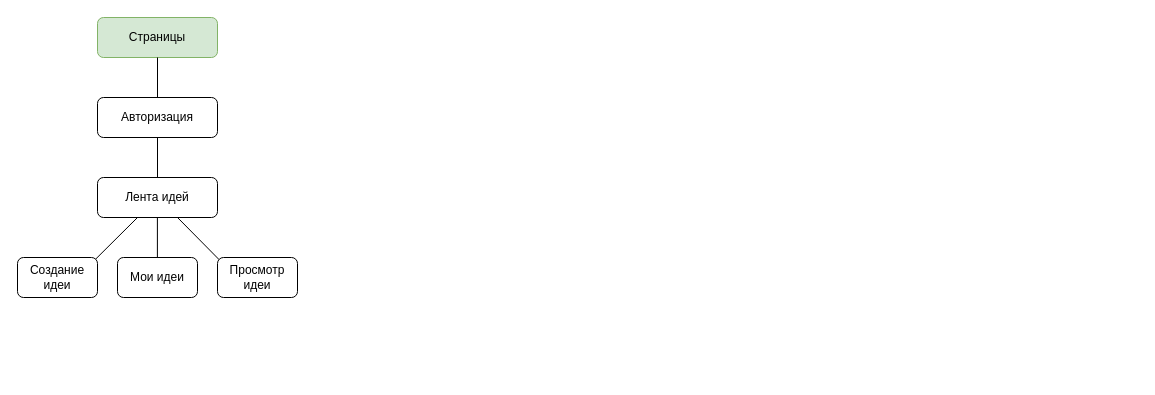
This is Untitled Diagram.drawio from Vishenka4ka/Suggest_an_idea, a draw.io file, before an edit. Source tidied: cells renumbered, new cells numbered last; positions are measured from the earlier drawing's top-left corner, leaving out a move shared by most shapes. Both pictures are drawn from the tidied source at 100%, with x=0, y=0 at pixel (17, 17).
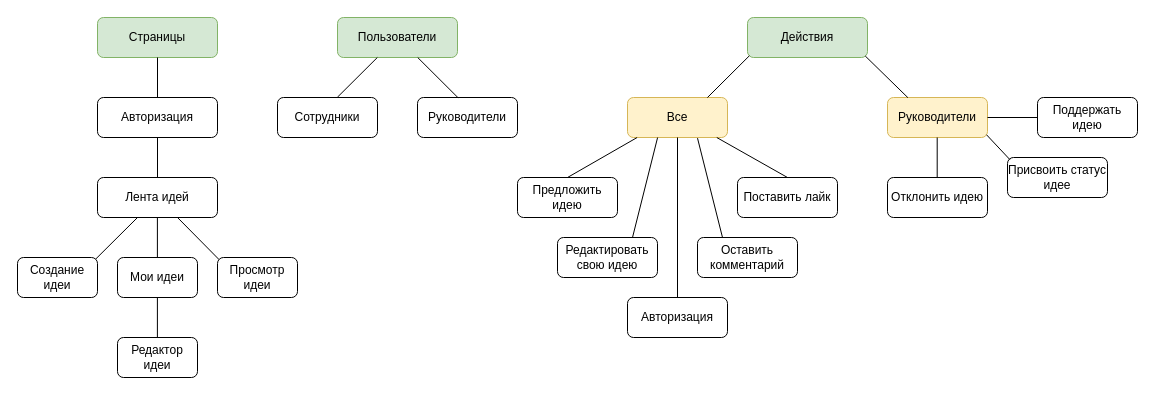
The same page after the edit.

Change to the diagram source:
```diff
@@
+    <mxCell id="13" style="endArrow=none;html=1;rounded=0;entryX=0.5;entryY=1;entryDx=0;entryDy=0;" parent="1" edge="1">
+      <mxGeometry relative="1" as="geometry">
+        <mxPoint x="139.9" y="320" as="sourcePoint" />
+        <mxPoint x="139.9" y="280" as="targetPoint" />
+      </mxGeometry>
+    </mxCell>
+    <mxCell id="14" value="Редактор идеи" style="rounded=1;whiteSpace=wrap;html=1;" parent="1" vertex="1">
+      <mxGeometry x="100" y="320" width="80" height="40" as="geometry" />
+    </mxCell>
+    <mxCell id="15" value="Пользователи" style="rounded=1;whiteSpace=wrap;html=1;fillColor=#d5e8d4;strokeColor=#82b366;" parent="1" vertex="1">
+      <mxGeometry x="320" width="120" height="40" as="geometry" />
+    </mxCell>
+    <mxCell id="16" value="Сотрудники" style="rounded=1;whiteSpace=wrap;html=1;" parent="1" vertex="1">
+      <mxGeometry x="260" y="80" width="100" height="40" as="geometry" />
+    </mxCell>
+    <mxCell id="17" value="Руководители" style="rounded=1;whiteSpace=wrap;html=1;" parent="1" vertex="1">
+      <mxGeometry x="400" y="80" width="100" height="40" as="geometry" />
+    </mxCell>
+    <mxCell id="18" style="endArrow=none;html=1;rounded=0;exitX=0.598;exitY=-0.004;exitDx=0;exitDy=0;exitPerimeter=0;entryX=0.332;entryY=1;entryDx=0;entryDy=0;entryPerimeter=0;" parent="1" edge="1" source="16" target="15">
+      <mxGeometry relative="1" as="geometry" />
+    </mxCell>
+    <mxCell id="19" style="endArrow=none;html=1;rounded=0;entryX=0.669;entryY=1.002;entryDx=0;entryDy=0;entryPerimeter=0;exitX=0.406;exitY=0.007;exitDx=0;exitDy=0;exitPerimeter=0;" parent="1" edge="1" source="17" target="15">
+      <mxGeometry relative="1" as="geometry" />
+    </mxCell>
+    <mxCell id="20" value="Действия" style="rounded=1;whiteSpace=wrap;html=1;fillColor=#d5e8d4;strokeColor=#82b366;" parent="1" vertex="1">
+      <mxGeometry x="730" width="120" height="40" as="geometry" />
+    </mxCell>
+    <mxCell id="21" value="Все" style="rounded=1;whiteSpace=wrap;html=1;fillColor=#fff2cc;strokeColor=#d6b656;" parent="1" vertex="1">
+      <mxGeometry x="610" y="80" width="100" height="40" as="geometry" />
+    </mxCell>
+    <mxCell id="22" value="Руководители" style="rounded=1;whiteSpace=wrap;html=1;fillColor=#fff2cc;strokeColor=#d6b656;" parent="1" vertex="1">
+      <mxGeometry x="870" y="80" width="100" height="40" as="geometry" />
+    </mxCell>
+    <mxCell id="23" style="endArrow=none;html=1;rounded=0;exitX=0.799;exitY=0.002;exitDx=0;exitDy=0;exitPerimeter=0;entryX=0.016;entryY=0.956;entryDx=0;entryDy=0;entryPerimeter=0;" parent="1" edge="1" source="21" target="20">
+      <mxGeometry relative="1" as="geometry" />
+    </mxCell>
+    <mxCell id="24" style="endArrow=none;html=1;rounded=0;entryX=0.981;entryY=0.962;entryDx=0;entryDy=0;entryPerimeter=0;exitX=0.204;exitY=0.004;exitDx=0;exitDy=0;exitPerimeter=0;" parent="1" edge="1" source="22" target="20">
+      <mxGeometry relative="1" as="geometry" />
+    </mxCell>
+    <mxCell id="25" value="Предложить идею" style="rounded=1;whiteSpace=wrap;html=1;" parent="1" vertex="1">
+      <mxGeometry x="500" y="160" width="100" height="40" as="geometry" />
+    </mxCell>
+    <mxCell id="26" value="Оставить комментарий" style="rounded=1;whiteSpace=wrap;html=1;" parent="1" vertex="1">
+      <mxGeometry x="680" y="220" width="100" height="40" as="geometry" />
+    </mxCell>
+    <mxCell id="27" value="Поставить лайк" style="rounded=1;whiteSpace=wrap;html=1;" parent="1" vertex="1">
+      <mxGeometry x="720" y="160" width="100" height="40" as="geometry" />
+    </mxCell>
+    <mxCell id="28" value="Авторизация" style="rounded=1;whiteSpace=wrap;html=1;" parent="1" vertex="1">
+      <mxGeometry x="610" y="280" width="100" height="40" as="geometry" />
+    </mxCell>
+    <mxCell id="29" value="Редактировать свою идею" style="rounded=1;whiteSpace=wrap;html=1;" parent="1" vertex="1">
+      <mxGeometry x="540" y="220" width="100" height="40" as="geometry" />
+    </mxCell>
+    <mxCell id="30" style="endArrow=none;html=1;rounded=0;strokeColor=#000000;entryX=0.096;entryY=1.001;entryDx=0;entryDy=0;entryPerimeter=0;exitX=0.5;exitY=0;exitDx=0;exitDy=0;" parent="1" edge="1" source="25" target="21">
+      <mxGeometry relative="1" as="geometry" />
+    </mxCell>
+    <mxCell id="31" style="endArrow=none;html=1;rounded=0;strokeColor=#000000;entryX=0.893;entryY=1.001;entryDx=0;entryDy=0;entryPerimeter=0;exitX=0.5;exitY=0;exitDx=0;exitDy=0;" parent="1" edge="1" source="27" target="21">
+      <mxGeometry relative="1" as="geometry" />
+    </mxCell>
+    <mxCell id="32" style="endArrow=none;html=1;rounded=0;strokeColor=#000000;entryX=0.5;entryY=1;entryDx=0;entryDy=0;exitX=0.5;exitY=0;exitDx=0;exitDy=0;" parent="1" edge="1" source="28" target="21">
+      <mxGeometry relative="1" as="geometry" />
+    </mxCell>
+    <mxCell id="33" style="endArrow=none;html=1;rounded=0;strokeColor=#000000;entryX=0.301;entryY=1.001;entryDx=0;entryDy=0;entryPerimeter=0;exitX=0.75;exitY=0;exitDx=0;exitDy=0;" parent="1" edge="1" source="29" target="21">
+      <mxGeometry relative="1" as="geometry" />
+    </mxCell>
+    <mxCell id="34" style="endArrow=none;html=1;rounded=0;strokeColor=#000000;entryX=0.7;entryY=1.016;entryDx=0;entryDy=0;entryPerimeter=0;exitX=0.25;exitY=0;exitDx=0;exitDy=0;" parent="1" edge="1" source="26" target="21">
+      <mxGeometry relative="1" as="geometry" />
+    </mxCell>
+    <mxCell id="35" style="endArrow=none;html=1;rounded=0;strokeColor=#000000;" parent="1" edge="1">
+      <mxGeometry relative="1" as="geometry">
+        <mxPoint x="919.7" y="160" as="sourcePoint" />
+        <mxPoint x="919.7" y="120" as="targetPoint" />
+      </mxGeometry>
+    </mxCell>
+    <mxCell id="36" value="Отклонить идею" style="rounded=1;whiteSpace=wrap;html=1;" parent="1" vertex="1">
+      <mxGeometry x="870" y="160" width="100" height="40" as="geometry" />
+    </mxCell>
+    <mxCell id="37" value="Поддержать идею" style="rounded=1;whiteSpace=wrap;html=1;" parent="1" vertex="1">
+      <mxGeometry x="1020" y="80" width="100" height="40" as="geometry" />
+    </mxCell>
+    <mxCell id="38" style="endArrow=none;html=1;rounded=0;strokeColor=#000000;exitX=0;exitY=0.5;exitDx=0;exitDy=0;entryX=1;entryY=0.5;entryDx=0;entryDy=0;" parent="1" edge="1" source="37" target="22">
+      <mxGeometry relative="1" as="geometry" />
+    </mxCell>
+    <mxCell id="39" value="Присвоить статус идее" style="rounded=1;whiteSpace=wrap;html=1;" parent="1" vertex="1">
+      <mxGeometry x="990" y="140" width="100" height="40" as="geometry" />
+    </mxCell>
+    <mxCell id="40" style="endArrow=none;html=1;rounded=0;strokeColor=#000000;exitX=0.99;exitY=0.931;exitDx=0;exitDy=0;exitPerimeter=0;entryX=0.024;entryY=0.053;entryDx=0;entryDy=0;entryPerimeter=0;" parent="1" edge="1" source="22" target="39">
+      <mxGeometry relative="1" as="geometry" />
+    </mxCell>
```
